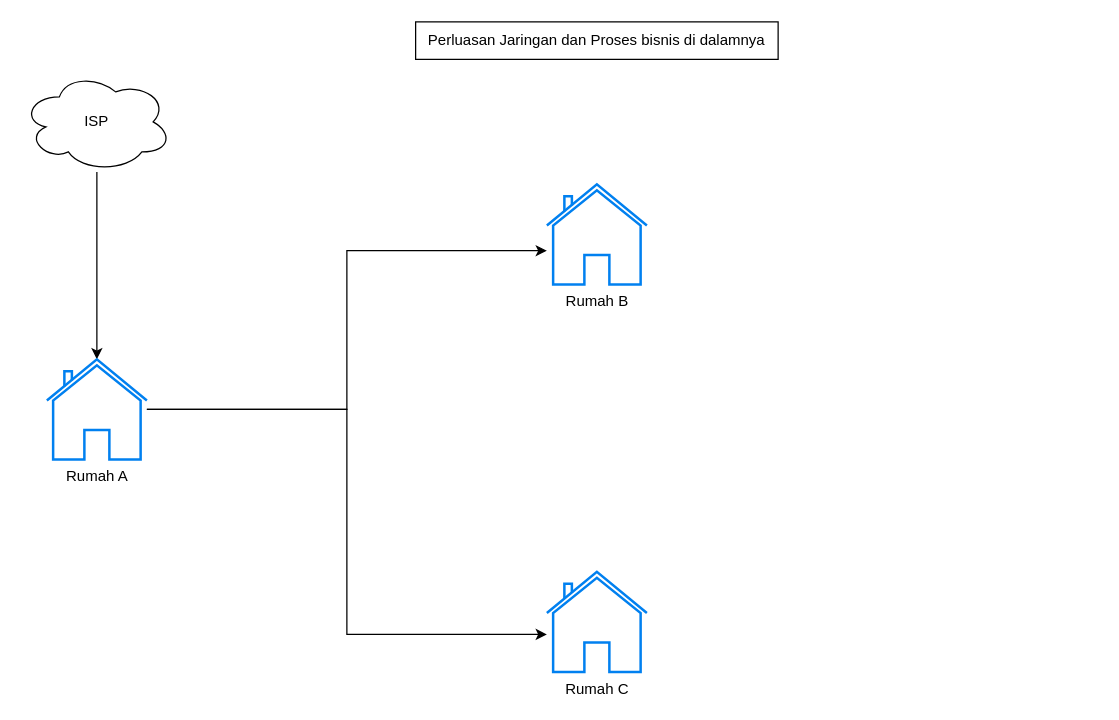
Above: Perluasan Jaringan.drawio in kri1107/TKJB6.2-PIJ (draw.io), before the change. Source tidied: cells renumbered, new cells numbered last; positions are measured from the earlier drawing's top-left corner, leaving out a move shared by most shapes. Both pictures are drawn from the tidied source at 125%, with x=0, y=0 at pixel (21, 21).
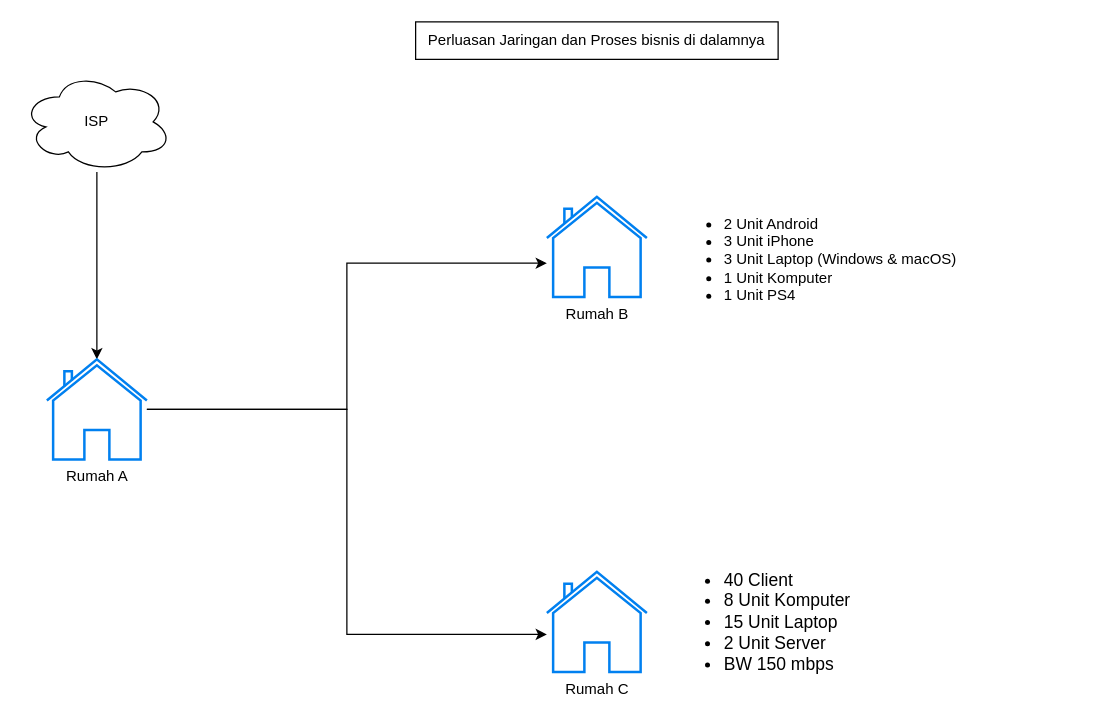
The same diagram, later.

Diff of the diagram source:
```diff
@@
 <mxGraphModel>
   <root>
     <mxCell id="0" />
     <mxCell id="1" parent="0" />
     <mxCell id="2" value="Perluasan Jaringan dan Proses bisnis di dalamnya" style="text;html=1;align=center;verticalAlign=middle;whiteSpace=wrap;rounded=0;fillColor=default;strokeColor=default;" parent="1" vertex="1">
       <mxGeometry x="315" width="290" height="30" as="geometry" />
     </mxCell>
     <mxCell id="3" style="edgeStyle=orthogonalEdgeStyle;rounded=0;jettySize=auto;html=1;" parent="1" edge="1" source="4" target="5">
       <mxGeometry relative="1" as="geometry" />
     </mxCell>
     <mxCell id="4" value="&lt;div&gt;ISP&lt;/div&gt;" style="ellipse;shape=cloud;whiteSpace=wrap;html=1;" parent="1" vertex="1">
       <mxGeometry y="40" width="120" height="80" as="geometry" />
     </mxCell>
     <mxCell id="5" value="&lt;div&gt;Rumah A&lt;/div&gt;" style="html=1;verticalLabelPosition=bottom;align=center;labelBackgroundColor=#ffffff;verticalAlign=top;strokeWidth=2;strokeColor=#0080F0;shadow=0;dashed=0;shape=mxgraph.ios7.icons.home;" parent="1" vertex="1">
       <mxGeometry x="20" y="270" width="80" height="80" as="geometry" />
     </mxCell>
     <mxCell id="6" value="Rumah C" style="html=1;verticalLabelPosition=bottom;align=center;labelBackgroundColor=#ffffff;verticalAlign=top;strokeWidth=2;strokeColor=#0080F0;shadow=0;dashed=0;shape=mxgraph.ios7.icons.home;" parent="1" vertex="1">
       <mxGeometry x="420" y="440" width="80" height="80" as="geometry" />
     </mxCell>
     <mxCell id="7" value="&lt;div&gt;Rumah B&lt;/div&gt;" style="html=1;verticalLabelPosition=bottom;align=center;labelBackgroundColor=#ffffff;verticalAlign=top;strokeWidth=2;strokeColor=#0080F0;shadow=0;dashed=0;shape=mxgraph.ios7.icons.home;" parent="1" vertex="1">
-      <mxGeometry x="420" y="130" width="80" height="80" as="geometry" />
+      <mxGeometry x="420" y="140" width="80" height="80" as="geometry" />
     </mxCell>
     <mxCell id="8" style="edgeStyle=orthogonalEdgeStyle;rounded=0;jettySize=auto;html=1;entryX=0;entryY=0.663;entryDx=0;entryDy=0;entryPerimeter=0;" parent="1" edge="1" source="5" target="7">
       <mxGeometry relative="1" as="geometry" />
     </mxCell>
     <mxCell id="9" style="edgeStyle=orthogonalEdgeStyle;rounded=0;jettySize=auto;html=1;entryX=0;entryY=0.625;entryDx=0;entryDy=0;entryPerimeter=0;" parent="1" edge="1" source="5" target="6">
       <mxGeometry relative="1" as="geometry" />
     </mxCell>
+    <mxCell id="10" value="&lt;ul&gt;&lt;li&gt;2 Unit Android&lt;/li&gt;&lt;li&gt;3 Unit iPhone&lt;/li&gt;&lt;li&gt;3 Unit Laptop (Windows &amp;amp; macOS)&lt;/li&gt;&lt;li&gt;1 Unit Komputer&lt;/li&gt;&lt;li&gt;1 Unit PS4&lt;br&gt;&lt;/li&gt;&lt;/ul&gt;" style="text;strokeColor=none;fillColor=none;html=1;whiteSpace=wrap;verticalAlign=middle;overflow=hidden;" parent="1" vertex="1">
+      <mxGeometry x="520" y="130" width="340" height="120" as="geometry" />
+    </mxCell>
+    <mxCell id="11" value="&lt;ul style=&quot;font-size: 14px;&quot;&gt;&lt;li style=&quot;font-size: 14px;&quot;&gt;40 Client&lt;br style=&quot;font-size: 14px;&quot;&gt;&lt;/li&gt;&lt;li style=&quot;font-size: 14px;&quot;&gt;8 Unit Komputer&lt;/li&gt;&lt;li style=&quot;font-size: 14px;&quot;&gt;15 Unit Laptop&lt;/li&gt;&lt;li style=&quot;font-size: 14px;&quot;&gt;2 Unit Server&lt;/li&gt;&lt;li style=&quot;font-size: 14px;&quot;&gt;BW 150 mbps&lt;br style=&quot;font-size: 14px;&quot;&gt;&lt;/li&gt;&lt;/ul&gt;" style="text;strokeColor=none;fillColor=none;html=1;whiteSpace=wrap;verticalAlign=middle;overflow=hidden;fontSize=14;" parent="1" vertex="1">
+      <mxGeometry x="520" y="420" width="340" height="120" as="geometry" />
+    </mxCell>
   </root>
 </mxGraphModel>
```
